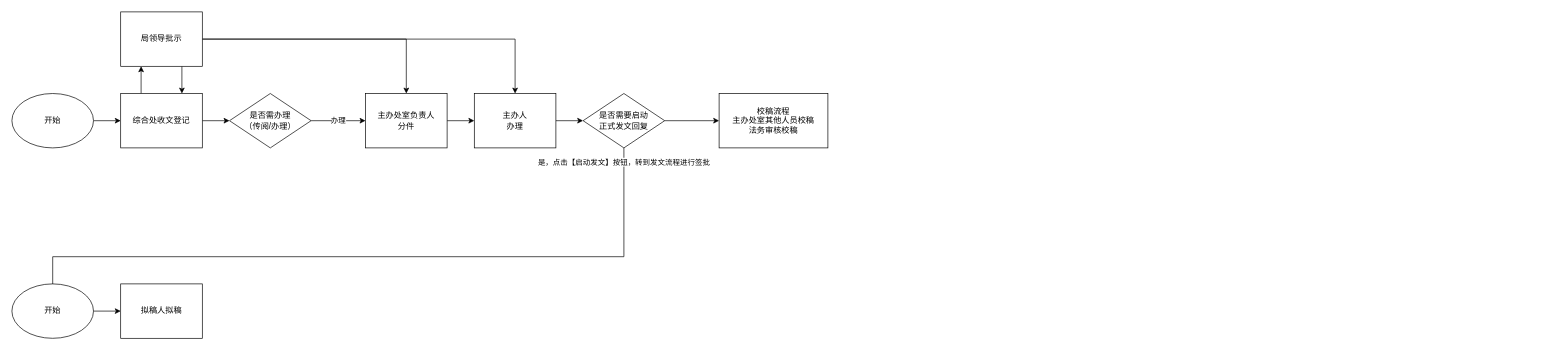
The draw.io diagram 公文办理流程V2.0.drawio in 806100963/draw.io, before the edit. Source tidied: cells renumbered, new cells numbered last; positions are measured from the earlier drawing's top-left corner, leaving out a move shared by most shapes. Both pictures are drawn from the tidied source at 68%, with x=0, y=0 at pixel (12, 12).
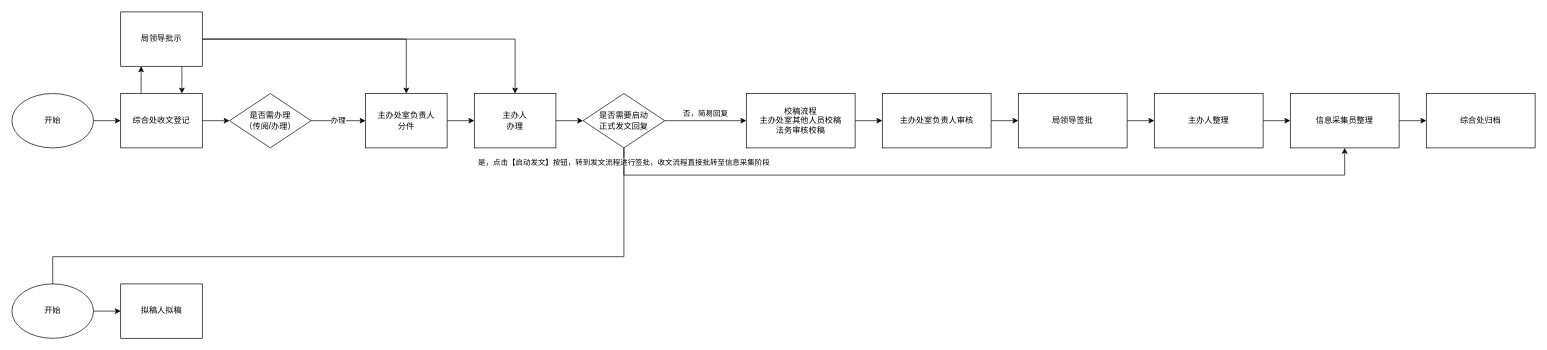
The same page after the edit.

Commit message:
Update 公文办理流程V2.0.drawio

The change refers to these unchanged cells:
```xml
<mxCell id="17" style="edgeStyle=orthogonalEdgeStyle;rounded=0;jettySize=auto;html=1;exitX=0.5;exitY=1;exitDx=0;exitDy=0;entryX=0.5;entryY=0.125;entryDx=0;entryDy=0;entryPerimeter=0;" parent="1" edge="1" source="20" target="22">
  <mxGeometry relative="1" as="geometry">
    <Array as="points">
      <mxPoint x="900" y="360" />
      <mxPoint x="60" y="360" />
    </Array>
  </mxGeometry>
</mxCell>
<mxCell id="20" value="是否需要启动&lt;br&gt;正式发文回复" style="rhombus;whiteSpace=wrap;html=1;rounded=0;" parent="1" vertex="1">
  <mxGeometry x="840" y="120" width="120" height="80" as="geometry" />
</mxCell>
```

Change to the diagram source:
```diff
@@
-    <mxCell id="18" value="是，点击【启动发文】按钮，转到发文流程进行签批" style="edgeLabel;html=1;align=center;verticalAlign=middle;" parent="17" vertex="1">
+    <mxCell id="18" value="是，点击【启动发文】按钮，转到发文流程进行签批，收文流程直接批转至信息采集阶段" style="edgeLabel;html=1;align=center;verticalAlign=middle;" parent="17" vertex="1">
       <mxGeometry x="0.07" y="2" relative="1" as="geometry">
         <mxPoint x="401" y="-142" as="offset" />
       </mxGeometry>
     </mxCell>
-    <mxCell id="19" style="edgeStyle=orthogonalEdgeStyle;rounded=0;jettySize=auto;html=1;" parent="1" edge="1" source="20" target="24">
-      <mxGeometry relative="1" as="geometry" />
+    <mxCell id="19" value="否，简易回复" style="edgeStyle=orthogonalEdgeStyle;rounded=0;jettySize=auto;html=1;" parent="1" edge="1" source="20" target="24">
+      <mxGeometry y="10" relative="1" as="geometry" />
     </mxCell>
+    <mxCell id="25" style="edgeStyle=orthogonalEdgeStyle;rounded=0;jettySize=auto;html=1;exitX=0.5;exitY=1;exitDx=0;exitDy=0;entryX=0.5;entryY=1;entryDx=0;entryDy=0;" parent="1" edge="1" source="20" target="34">
+      <mxGeometry relative="1" as="geometry">
+        <Array as="points">
+          <mxPoint x="900" y="240" />
+          <mxPoint x="1960" y="240" />
+        </Array>
+      </mxGeometry>
+    </mxCell>
@@
+    <mxCell id="26" style="edgeStyle=orthogonalEdgeStyle;rounded=0;jettySize=auto;html=1;" parent="1" edge="1" source="24" target="28">
+      <mxGeometry relative="1" as="geometry" />
+    </mxCell>
     <mxCell id="24" value="校稿流程&lt;br&gt;主办处室其他人员校稿&lt;br&gt;法务审核校稿" style="whiteSpace=wrap;html=1;rounded=0;" parent="1" vertex="1">
-      <mxGeometry x="1040" y="120" width="160" height="80" as="geometry" />
+      <mxGeometry x="1080" y="120" width="160" height="80" as="geometry" />
     </mxCell>
+    <mxCell id="27" style="edgeStyle=orthogonalEdgeStyle;rounded=0;jettySize=auto;html=1;" parent="1" edge="1" source="28" target="30">
+      <mxGeometry relative="1" as="geometry" />
+    </mxCell>
+    <mxCell id="28" value="主办处室负责人审核" style="whiteSpace=wrap;html=1;rounded=0;" parent="1" vertex="1">
+      <mxGeometry x="1280" y="120" width="160" height="80" as="geometry" />
+    </mxCell>
+    <mxCell id="29" style="edgeStyle=orthogonalEdgeStyle;rounded=0;jettySize=auto;html=1;" parent="1" edge="1" source="30" target="32">
+      <mxGeometry relative="1" as="geometry" />
+    </mxCell>
+    <mxCell id="30" value="局领导签批" style="whiteSpace=wrap;html=1;rounded=0;" parent="1" vertex="1">
+      <mxGeometry x="1480" y="120" width="160" height="80" as="geometry" />
+    </mxCell>
+    <mxCell id="31" style="edgeStyle=orthogonalEdgeStyle;rounded=0;jettySize=auto;html=1;" parent="1" edge="1" source="32" target="34">
+      <mxGeometry relative="1" as="geometry" />
+    </mxCell>
+    <mxCell id="32" value="主办人整理" style="whiteSpace=wrap;html=1;rounded=0;" parent="1" vertex="1">
+      <mxGeometry x="1680" y="120" width="160" height="80" as="geometry" />
+    </mxCell>
+    <mxCell id="33" style="edgeStyle=orthogonalEdgeStyle;rounded=0;jettySize=auto;html=1;" parent="1" edge="1" source="34" target="35">
+      <mxGeometry relative="1" as="geometry" />
+    </mxCell>
+    <mxCell id="34" value="信息采集员整理" style="whiteSpace=wrap;html=1;rounded=0;" parent="1" vertex="1">
+      <mxGeometry x="1880" y="120" width="160" height="80" as="geometry" />
+    </mxCell>
+    <mxCell id="35" value="综合处归档" style="whiteSpace=wrap;html=1;rounded=0;" parent="1" vertex="1">
+      <mxGeometry x="2080" y="120" width="160" height="80" as="geometry" />
+    </mxCell>
```
